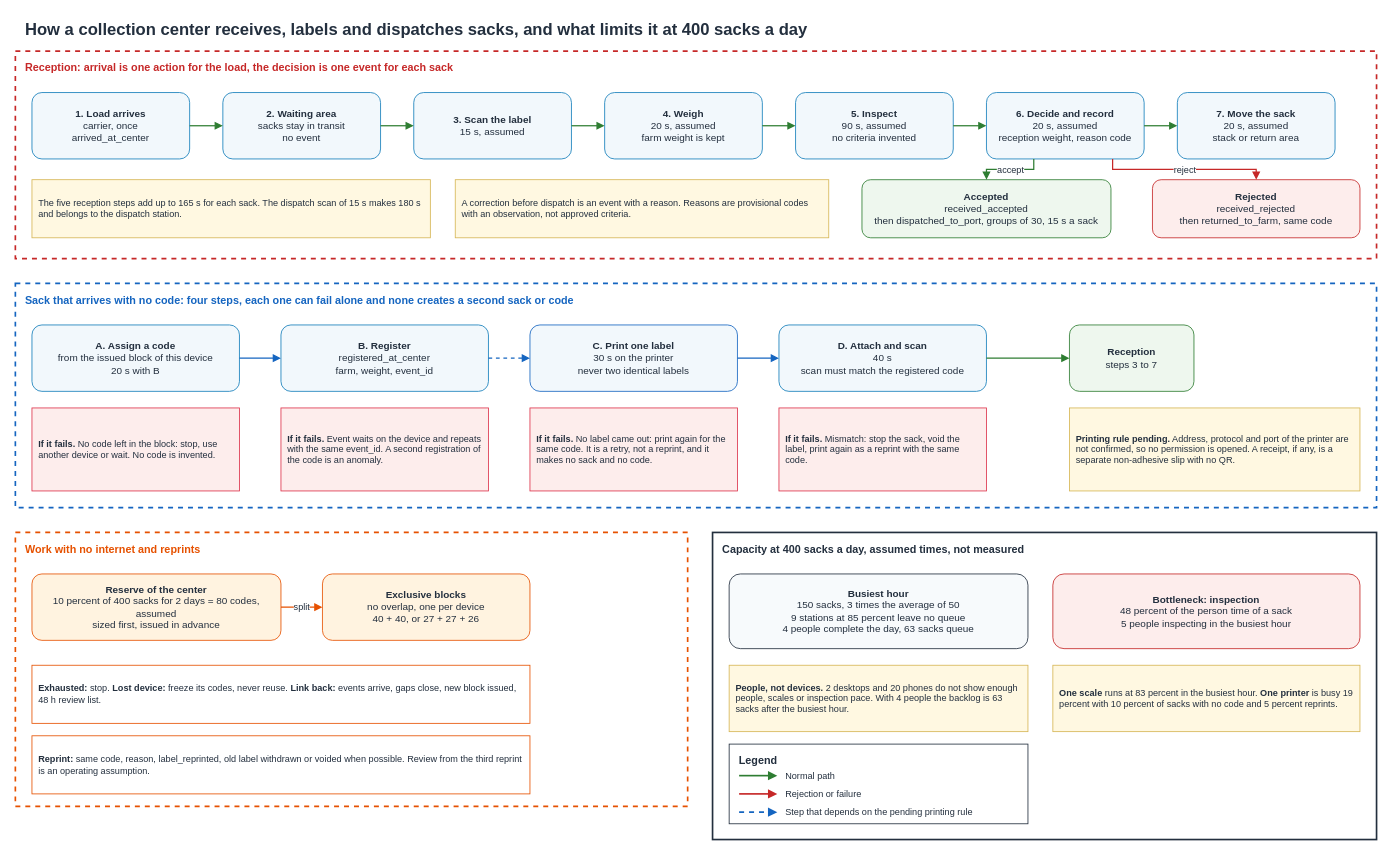
aromapacifico-devops/aromapacifico-devops-docs keeps this draw.io diagram as page "10 Center operation" (11 of 11) of docs/architecture/diagrams/platform-architecture.drawio. Above is the earlier version. Source tidied: cells renumbered, new cells numbered last; positions are measured from the earlier drawing's top-left corner, leaving out a move shared by most shapes. Both pictures are drawn from the tidied source at 83%, with x=0, y=0 at pixel (15, 14).
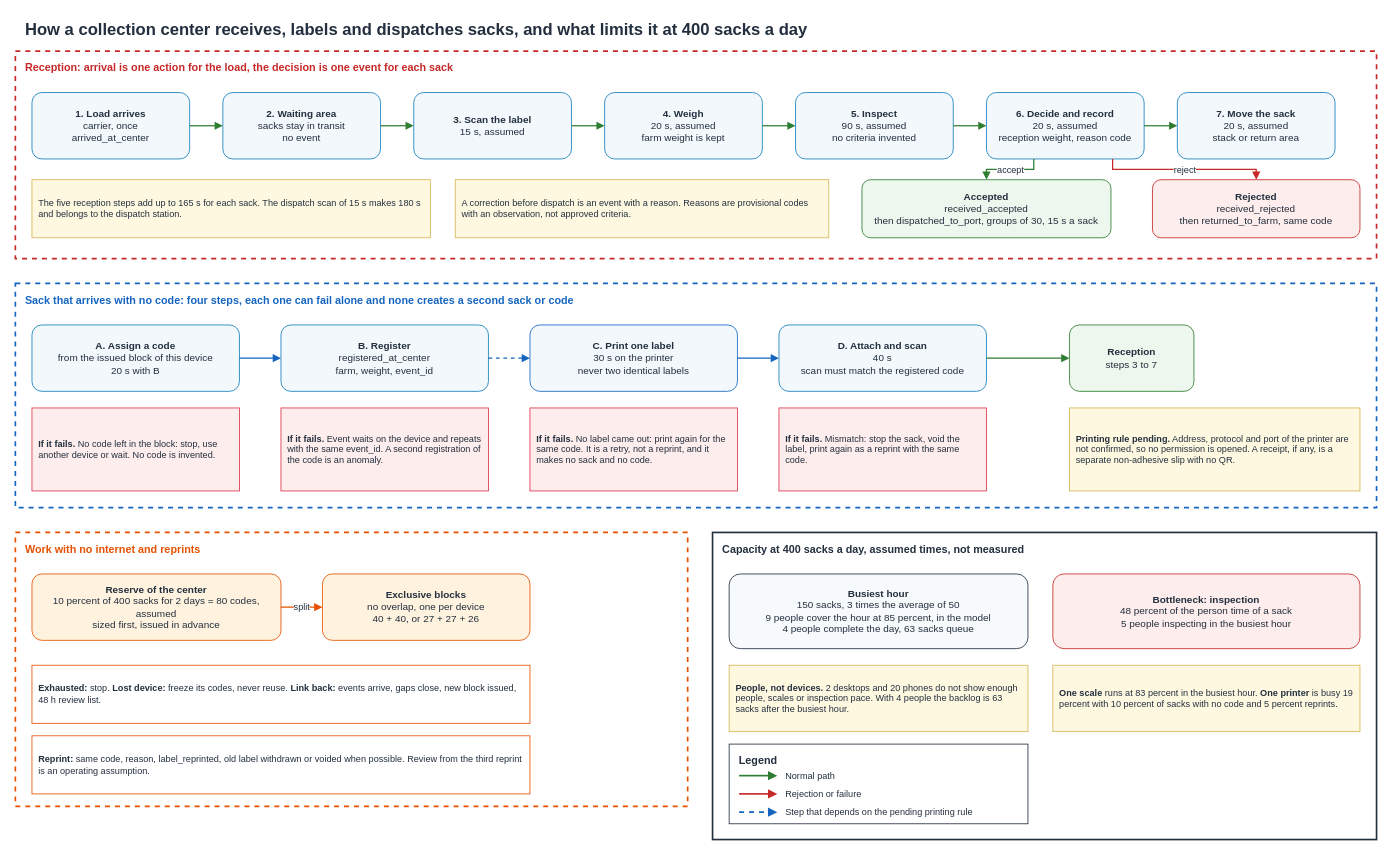
After the change.

Diff of the diagram source:
```diff
@@
-    <mxCell id="32" value="&lt;b&gt;Busiest hour&lt;/b&gt;&lt;br&gt;150 sacks, 3 times the average of 50&lt;br&gt;9 stations at 85 percent leave no queue&lt;br&gt;4 people complete the day, 63 sacks queue" style="rounded=1;whiteSpace=wrap;html=1;fillColor=#F7FAFC;strokeColor=#232F3E;align=center;verticalAlign=middle;fontSize=12;fontColor=#232F3E;" parent="1" vertex="1">
+    <mxCell id="32" value="&lt;b&gt;Busiest hour&lt;/b&gt;&lt;br&gt;150 sacks, 3 times the average of 50&lt;br&gt;9 people cover the hour at 85 percent, in the model&lt;br&gt;4 people complete the day, 63 sacks queue" style="rounded=1;whiteSpace=wrap;html=1;fillColor=#F7FAFC;strokeColor=#232F3E;align=center;verticalAlign=middle;fontSize=12;fontColor=#232F3E;" parent="1" vertex="1">
       <mxGeometry x="860" y="674" width="360" height="90" as="geometry" />
     </mxCell>
```
